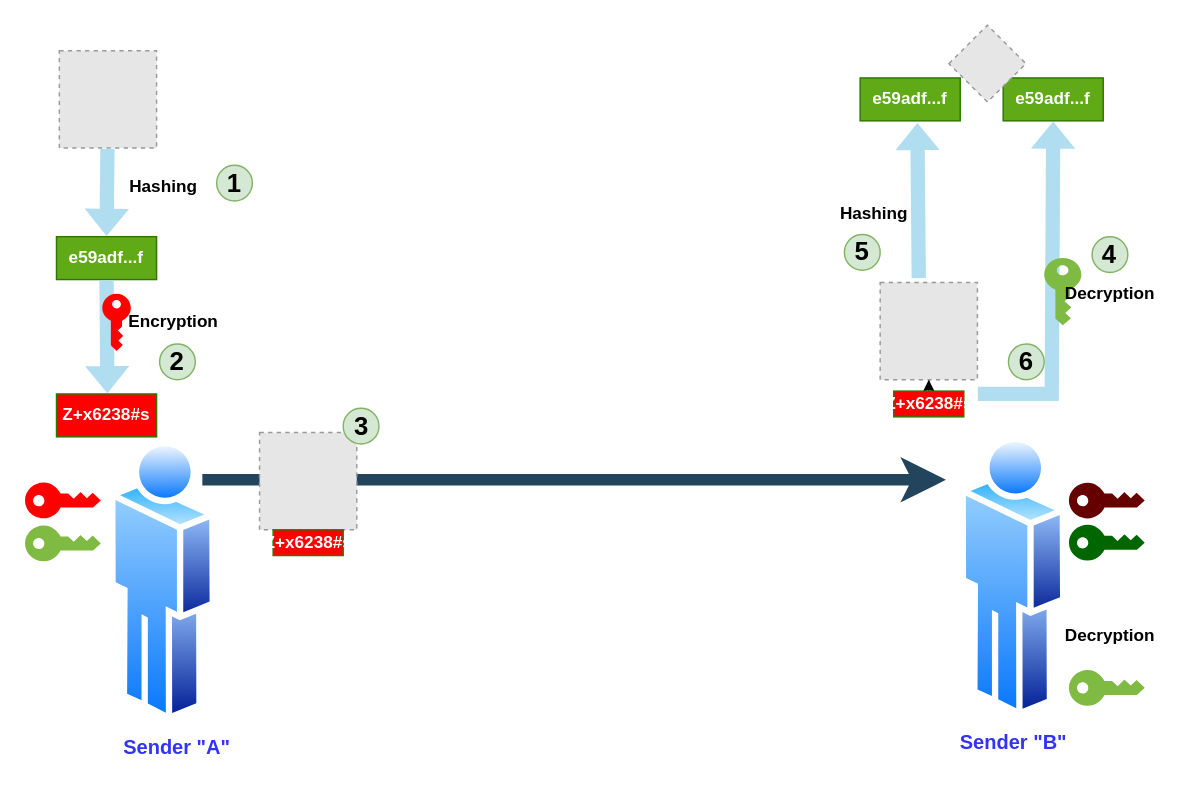
Before: page "Digital Signature" (3 of 5) of SSL-TLS.drawio in eha1661/draw.io, a draw.io diagram. Source tidied: cells renumbered, new cells numbered last; positions are measured from the earlier drawing's top-left corner, leaving out a move shared by most shapes. Both pictures are drawn from the tidied source at 143%, with x=0, y=0 at pixel (44, 36). Pictures stored in the file or linked from it are replaced by grey dashed boxes.
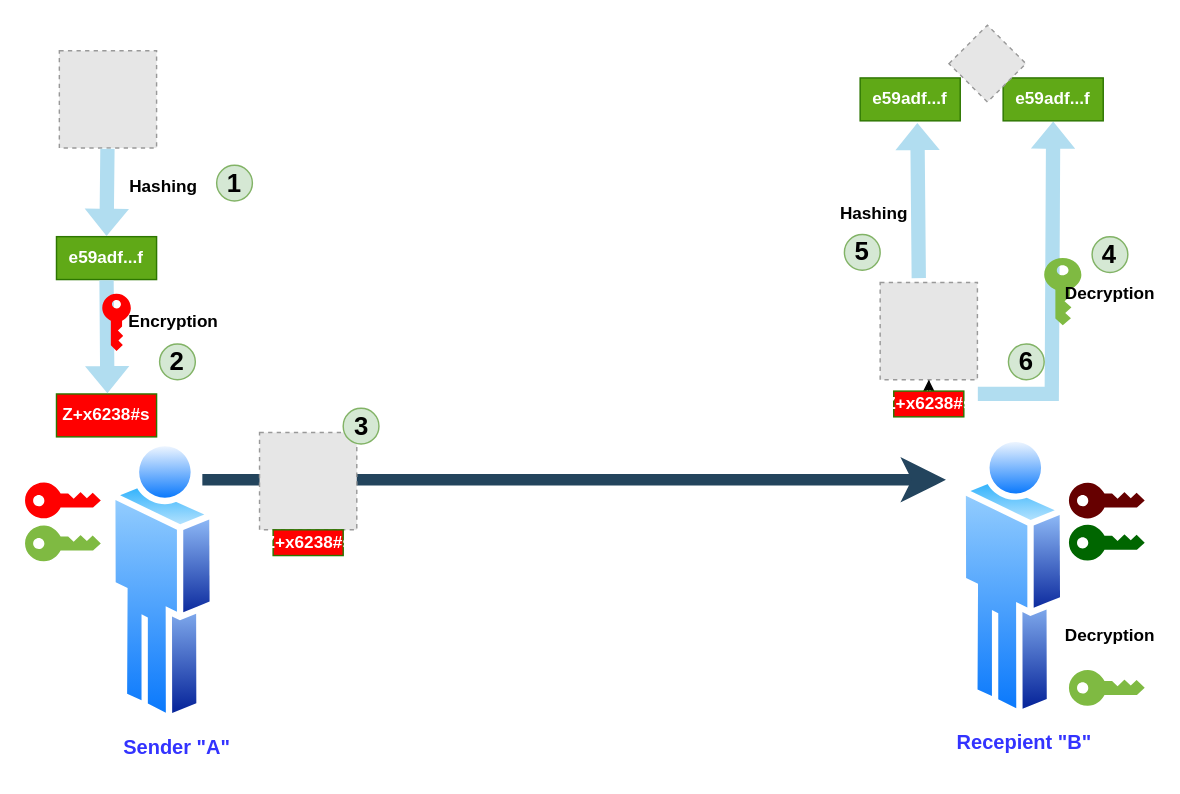
Above is the later version.

Commit message (it also covers changes not shown here):
Mettre à jour SSL-TLS.drawio

Diff of the diagram source:
```diff
@@
-    <mxCell id="6" value="&lt;b style=&quot;border-color: var(--border-color);&quot;&gt;&lt;font style=&quot;border-color: var(--border-color); font-size: 14px;&quot; color=&quot;#3333ff&quot;&gt;Sender &quot;B&quot;&lt;/font&gt;&lt;/b&gt;" style="text;html=1;strokeColor=none;fillColor=none;align=center;verticalAlign=middle;whiteSpace=wrap;rounded=0;" parent="1" vertex="1">
-      <mxGeometry x="630" y="479" width="94.7" height="30" as="geometry" />
+    <mxCell id="6" value="&lt;b style=&quot;border-color: var(--border-color);&quot;&gt;&lt;font style=&quot;border-color: var(--border-color); font-size: 14px;&quot; color=&quot;#3333ff&quot;&gt;Recepient &quot;B&quot;&lt;/font&gt;&lt;/b&gt;" style="text;html=1;strokeColor=none;fillColor=none;align=center;verticalAlign=middle;whiteSpace=wrap;rounded=0;" parent="1" vertex="1">
+      <mxGeometry x="630" y="479" width="110" height="30" as="geometry" />
     </mxCell>
```
